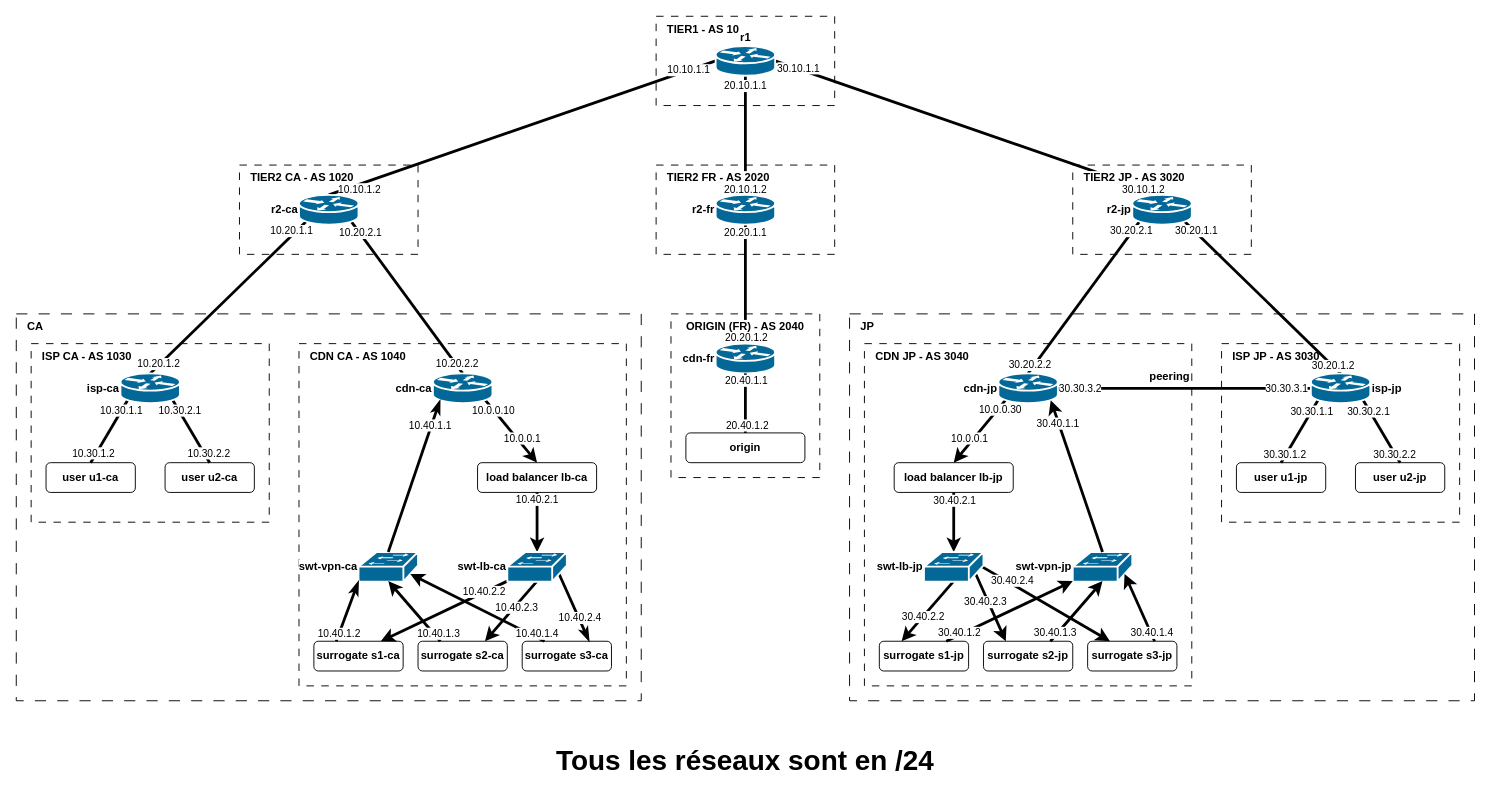
This is docs/cdn.drawio from mathis-dchr/cdn, a draw.io file, before an edit. Source tidied: cells renumbered, new cells numbered last; positions are measured from the earlier drawing's top-left corner, leaving out a move shared by most shapes. Both pictures are drawn from the tidied source at 93%, with x=0, y=0 at pixel (16, 16).
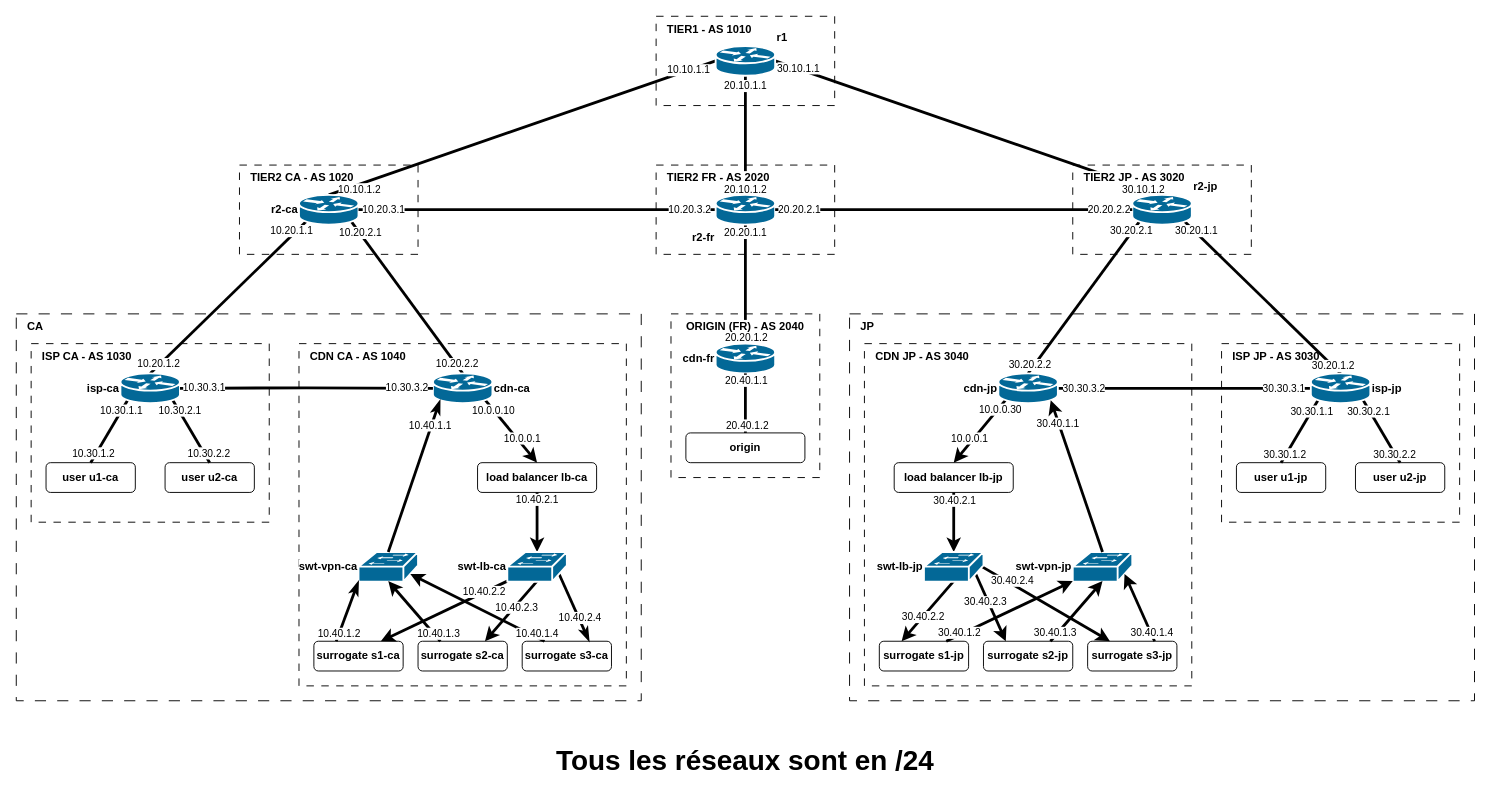
The same page after the edit.

Commit message (it also covers changes not shown here):
ajout des liens de peering sur le schéma

Unchanged cells that the change refers to:
```xml
<mxCell id="69" value="isp-ca" style="strokeColor=#ffffff;sketch=0;html=1;dashed=0;fillColor=#036897;strokeWidth=2;verticalLabelPosition=middle;verticalAlign=middle;align=right;outlineConnect=0;shape=mxgraph.cisco.routers.router;fontSize=12;fontFamily=Helvetica;fontStyle=1;labelBackgroundColor=default;labelPosition=left;" parent="1" vertex="1">
  <mxGeometry x="112" y="384" width="64" height="32" as="geometry" />
</mxCell>
<mxCell id="78" value="isp-jp" style="strokeColor=#ffffff;sketch=0;html=1;dashed=0;fillColor=#036897;strokeWidth=2;verticalLabelPosition=middle;verticalAlign=middle;align=left;outlineConnect=0;shape=mxgraph.cisco.routers.router;fontSize=12;fontFamily=Helvetica;fontStyle=1;labelBackgroundColor=default;labelPosition=right;" parent="1" vertex="1">
  <mxGeometry x="1392" y="384" width="64" height="32" as="geometry" />
</mxCell>
<mxCell id="82" value="cdn-jp" style="strokeColor=#ffffff;sketch=0;html=1;dashed=0;fillColor=#036897;strokeWidth=2;verticalLabelPosition=middle;verticalAlign=middle;align=right;outlineConnect=0;shape=mxgraph.cisco.routers.router;fontSize=12;fontFamily=Helvetica;fontStyle=1;labelBackgroundColor=default;labelPosition=left;" parent="1" vertex="1">
  <mxGeometry x="1056" y="384" width="64" height="32" as="geometry" />
</mxCell>
<mxCell id="85" value="r2-ca" style="strokeColor=#ffffff;sketch=0;html=1;dashed=0;fillColor=#036897;strokeWidth=2;verticalLabelPosition=middle;verticalAlign=middle;align=right;outlineConnect=0;shape=mxgraph.cisco.routers.router;fontSize=12;fontFamily=Helvetica;fontStyle=1;labelBackgroundColor=default;labelPosition=left;" parent="1" vertex="1">
  <mxGeometry x="304" y="192" width="64" height="32" as="geometry" />
</mxCell>
```

What changed in the source:
```diff
@@
-    <mxCell id="4" value="TIER1 - AS 10" style="rounded=0;whiteSpace=wrap;html=1;fillColor=none;verticalAlign=top;align=left;spacingLeft=10;dashed=1;dashPattern=8 8;fontSize=12;fontFamily=Helvetica;fontStyle=1;labelBackgroundColor=default;" parent="1" vertex="1">
-      <mxGeometry x="688" width="192" height="96" as="geometry" />
-    </mxCell>
@@
     <mxCell id="34" style="endArrow=none;html=1;rounded=0;entryX=0;entryY=0.5;entryDx=0;entryDy=0;entryPerimeter=0;exitX=1;exitY=0.5;exitDx=0;exitDy=0;exitPerimeter=0;fontSize=12;fontFamily=Helvetica;fontStyle=1;strokeWidth=3;labelBackgroundColor=default;" parent="1" edge="1" source="82" target="78">
-      <mxGeometry relative="1" as="geometry" />
+      <mxGeometry relative="1" as="geometry">
+        <Array as="points">
+          <mxPoint x="1256" y="400" />
+        </Array>
+      </mxGeometry>
     </mxCell>
-    <mxCell id="35" value="peering" style="edgeLabel;html=1;align=center;verticalAlign=middle;fontSize=12;fontFamily=Helvetica;fontStyle=1;labelBackgroundColor=default;" parent="34" vertex="1">
-      <mxGeometry x="-0.24" relative="1" as="geometry">
-        <mxPoint x="16" y="-13" as="offset" />
-      </mxGeometry>
-    </mxCell>
     <mxCell id="36" value="30.30.3.2" style="edgeLabel;html=1;align=center;verticalAlign=middle;" parent="34" vertex="1">
       <mxGeometry x="-0.71" y="1" relative="1" as="geometry">
-        <mxPoint x="-16" as="offset" />
+        <mxPoint x="-12" as="offset" />
       </mxGeometry>
     </mxCell>
     <mxCell id="37" value="30.30.3.1" style="edgeLabel;html=1;align=center;verticalAlign=middle;" parent="34" vertex="1">
-      <mxGeometry x="0.78" y="-1" relative="1" as="geometry">
-        <mxPoint x="3" y="-2" as="offset" />
+      <mxGeometry x="0.79" y="-1" relative="1" as="geometry">
+        <mxPoint x="-1" y="-2" as="offset" />
       </mxGeometry>
     </mxCell>
@@
-    <mxCell id="73" value="cdn-ca" style="strokeColor=#ffffff;sketch=0;html=1;dashed=0;fillColor=#036897;strokeWidth=2;verticalLabelPosition=middle;verticalAlign=middle;align=right;outlineConnect=0;shape=mxgraph.cisco.routers.router;fontSize=12;fontFamily=Helvetica;fontStyle=1;labelBackgroundColor=default;labelPosition=left;" parent="1" vertex="1">
+    <mxCell id="73" value="cdn-ca" style="strokeColor=#ffffff;sketch=0;html=1;dashed=0;fillColor=#036897;strokeWidth=2;verticalLabelPosition=middle;verticalAlign=middle;align=left;outlineConnect=0;shape=mxgraph.cisco.routers.router;fontSize=12;fontFamily=Helvetica;fontStyle=1;labelBackgroundColor=default;labelPosition=right;" parent="1" vertex="1">
       <mxGeometry x="448" y="384" width="64" height="32" as="geometry" />
     </mxCell>
@@
-    <mxCell id="86" value="r2-jp" style="strokeColor=#ffffff;sketch=0;html=1;dashed=0;fillColor=#036897;strokeWidth=2;verticalLabelPosition=middle;verticalAlign=middle;align=right;outlineConnect=0;shape=mxgraph.cisco.routers.router;fontSize=12;fontFamily=Helvetica;fontStyle=1;labelBackgroundColor=default;labelPosition=left;" parent="1" vertex="1">
+    <mxCell id="86" value="r2-jp" style="strokeColor=#ffffff;sketch=0;html=1;dashed=0;fillColor=#036897;strokeWidth=2;verticalLabelPosition=top;verticalAlign=bottom;align=left;outlineConnect=0;shape=mxgraph.cisco.routers.router;fontSize=12;fontFamily=Helvetica;fontStyle=1;labelBackgroundColor=default;labelPosition=right;" parent="1" vertex="1">
       <mxGeometry x="1200" y="192" width="64" height="32" as="geometry" />
     </mxCell>
-    <mxCell id="87" value="r2-fr" style="strokeColor=#ffffff;sketch=0;html=1;dashed=0;fillColor=#036897;strokeWidth=2;verticalLabelPosition=middle;verticalAlign=middle;align=right;outlineConnect=0;shape=mxgraph.cisco.routers.router;fontSize=12;fontFamily=Helvetica;fontStyle=1;labelBackgroundColor=default;labelPosition=left;" parent="1" vertex="1">
-      <mxGeometry x="752" y="192" width="64" height="32" as="geometry" />
-    </mxCell>
-    <mxCell id="88" value="r1" style="strokeColor=#ffffff;sketch=0;html=1;dashed=0;fillColor=#036897;strokeWidth=2;verticalLabelPosition=top;verticalAlign=bottom;align=center;outlineConnect=0;shape=mxgraph.cisco.routers.router;fontSize=12;fontFamily=Helvetica;fontStyle=1;labelBackgroundColor=default;labelPosition=center;" parent="1" vertex="1">
+    <mxCell id="88" value="r1" style="strokeColor=#ffffff;sketch=0;html=1;dashed=0;fillColor=#036897;strokeWidth=2;verticalLabelPosition=top;verticalAlign=bottom;align=left;outlineConnect=0;shape=mxgraph.cisco.routers.router;fontSize=12;fontFamily=Helvetica;fontStyle=1;labelBackgroundColor=default;labelPosition=right;" parent="1" vertex="1">
       <mxGeometry x="752" y="32" width="64" height="32" as="geometry" />
     </mxCell>
@@
+    <mxCell id="122" style="endArrow=none;html=1;rounded=0;exitX=1;exitY=0.5;exitDx=0;exitDy=0;exitPerimeter=0;fontSize=12;fontFamily=Helvetica;fontStyle=1;strokeWidth=3;labelBackgroundColor=default;entryX=0;entryY=0.5;entryDx=0;entryDy=0;entryPerimeter=0;" parent="1" edge="1" source="85" target="87">
+      <mxGeometry relative="1" as="geometry" />
+    </mxCell>
+    <mxCell id="123" value="10.20.3.1" style="edgeLabel;html=1;align=center;verticalAlign=middle;" parent="122" vertex="1">
+      <mxGeometry x="-0.86" y="-1" relative="1" as="geometry">
+        <mxPoint x="-1" y="-2" as="offset" />
+      </mxGeometry>
+    </mxCell>
+    <mxCell id="124" value="10.20.3.2" style="edgeLabel;html=1;align=center;verticalAlign=middle;" parent="122" vertex="1">
+      <mxGeometry x="0.55" y="1" relative="1" as="geometry">
+        <mxPoint x="57" as="offset" />
+      </mxGeometry>
+    </mxCell>
+    <mxCell id="87" value="r2-fr" style="strokeColor=#ffffff;sketch=0;html=1;dashed=0;fillColor=#036897;strokeWidth=2;verticalLabelPosition=bottom;verticalAlign=top;align=right;outlineConnect=0;shape=mxgraph.cisco.routers.router;fontSize=12;fontFamily=Helvetica;fontStyle=1;labelBackgroundColor=default;labelPosition=left;" parent="1" vertex="1">
+      <mxGeometry x="752" y="192" width="64" height="32" as="geometry" />
+    </mxCell>
+    <mxCell id="125" style="endArrow=none;html=1;rounded=0;exitX=1;exitY=0.5;exitDx=0;exitDy=0;exitPerimeter=0;fontSize=12;fontFamily=Helvetica;fontStyle=1;strokeWidth=3;labelBackgroundColor=default;entryX=0;entryY=0.5;entryDx=0;entryDy=0;entryPerimeter=0;" parent="1" edge="1" source="87" target="86">
+      <mxGeometry relative="1" as="geometry" />
+    </mxCell>
+    <mxCell id="126" value="20.20.2.1" style="edgeLabel;html=1;align=center;verticalAlign=middle;" parent="125" vertex="1">
+      <mxGeometry x="-0.78" y="-1" relative="1" as="geometry">
+        <mxPoint x="-17" y="-2" as="offset" />
+      </mxGeometry>
+    </mxCell>
+    <mxCell id="127" value="20.20.2.2" style="edgeLabel;html=1;align=center;verticalAlign=middle;" parent="125" vertex="1">
+      <mxGeometry x="0.64" y="1" relative="1" as="geometry">
+        <mxPoint x="43" as="offset" />
+      </mxGeometry>
+    </mxCell>
+    <mxCell id="128" style="endArrow=none;html=1;rounded=0;entryX=0;entryY=0.5;entryDx=0;entryDy=0;entryPerimeter=0;fontSize=12;fontFamily=Helvetica;fontStyle=1;strokeWidth=3;labelBackgroundColor=default;exitX=1;exitY=0.5;exitDx=0;exitDy=0;exitPerimeter=0;" parent="1" edge="1" source="69" target="73">
+      <mxGeometry relative="1" as="geometry">
+        <Array as="points">
+          <mxPoint x="312" y="399.5" />
+        </Array>
+      </mxGeometry>
+    </mxCell>
+    <mxCell id="129" value="10.30.3.1" style="edgeLabel;html=1;align=center;verticalAlign=middle;" parent="128" vertex="1">
+      <mxGeometry x="-0.71" y="1" relative="1" as="geometry">
+        <mxPoint x="-13" as="offset" />
+      </mxGeometry>
+    </mxCell>
+    <mxCell id="130" value="10.30.3.2" style="edgeLabel;html=1;align=center;verticalAlign=middle;" parent="128" vertex="1">
+      <mxGeometry x="0.79" y="-1" relative="1" as="geometry">
+        <mxPoint x="1" y="-2" as="offset" />
+      </mxGeometry>
+    </mxCell>
+    <mxCell id="4" value="TIER1 - AS 1010" style="rounded=0;whiteSpace=wrap;html=1;fillColor=none;verticalAlign=top;align=left;spacingLeft=10;dashed=1;dashPattern=8 8;fontSize=12;fontFamily=Helvetica;fontStyle=1;labelBackgroundColor=default;" parent="1" vertex="1">
+      <mxGeometry x="688" width="192" height="96" as="geometry" />
+    </mxCell>
+    <mxCell id="121" value="TIER2 JP - AS 3020" style="rounded=0;whiteSpace=wrap;html=1;fillColor=none;verticalAlign=top;align=left;spacingLeft=10;dashed=1;dashPattern=8 8;fontSize=12;fontFamily=Helvetica;fontStyle=1;labelBackgroundColor=default;" parent="1" vertex="1">
+      <mxGeometry x="1136" y="160" width="192" height="96" as="geometry" />
+    </mxCell>
@@
-    <mxCell id="121" value="TIER2 JP - AS 3020" style="rounded=0;whiteSpace=wrap;html=1;fillColor=none;verticalAlign=top;align=left;spacingLeft=10;dashed=1;dashPattern=8 8;fontSize=12;fontFamily=Helvetica;fontStyle=1;labelBackgroundColor=default;" parent="1" vertex="1">
-      <mxGeometry x="1136" y="160" width="192" height="96" as="geometry" />
-    </mxCell>
```
